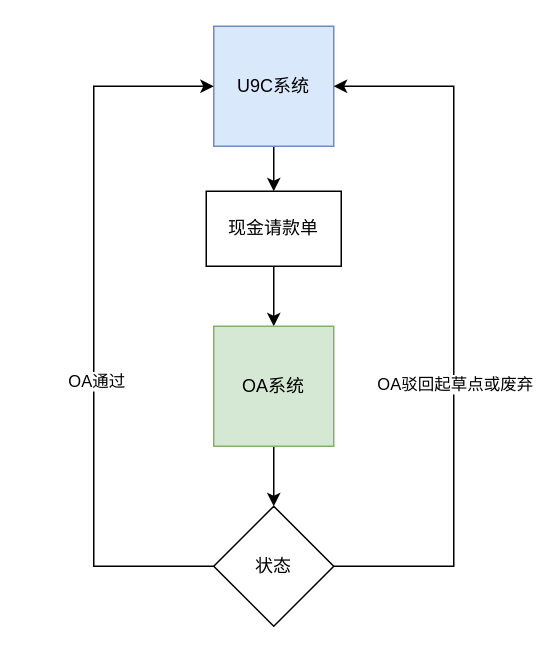
This is 现金请款单.drawio from pbm0802/GitIDEATest, a draw.io file, before an edit. Source tidied: cells renumbered, new cells numbered last; positions are measured from the earlier drawing's top-left corner, leaving out a move shared by most shapes. Both pictures are drawn from the tidied source at 150%, with x=0, y=0 at pixel (93, 26).
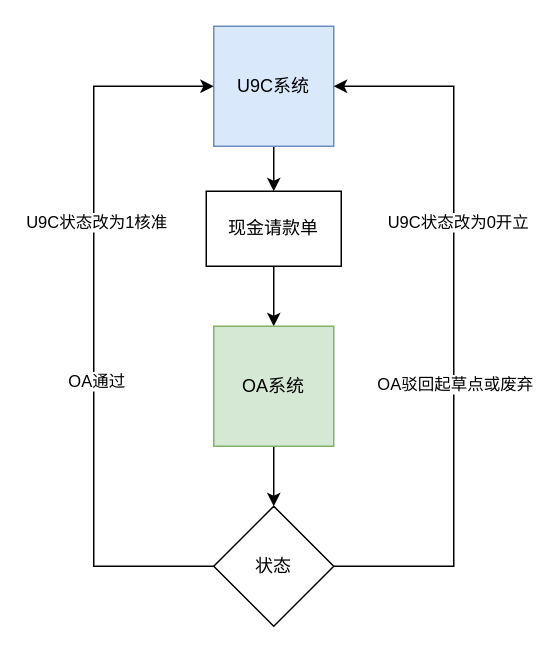
The same page after the edit.

Commit message (it also covers changes not shown here):
更新现金请款单.drawio

The edit, as a diff of the source:
```diff
@@
 <mxGraphModel>
   <root>
     <mxCell id="0" />
     <mxCell id="1" parent="0" />
     <mxCell id="2" style="edgeStyle=orthogonalEdgeStyle;rounded=0;jettySize=auto;html=1;exitX=0.5;exitY=1;exitDx=0;exitDy=0;entryX=0.5;entryY=0;entryDx=0;entryDy=0;" parent="1" edge="1" source="3" target="5">
       <mxGeometry relative="1" as="geometry" />
     </mxCell>
     <mxCell id="3" value="U9C系统" style="whiteSpace=wrap;html=1;fillColor=#dae8fc;strokeColor=#6c8ebf;" parent="1" vertex="1">
       <mxGeometry x="80" width="80" height="80" as="geometry" />
     </mxCell>
     <mxCell id="4" style="edgeStyle=orthogonalEdgeStyle;rounded=0;jettySize=auto;html=1;exitX=0.5;exitY=1;exitDx=0;exitDy=0;entryX=0.5;entryY=0;entryDx=0;entryDy=0;" parent="1" edge="1" source="5" target="7">
       <mxGeometry relative="1" as="geometry" />
     </mxCell>
     <mxCell id="5" value="现金请款单" style="rounded=0;whiteSpace=wrap;html=1;" parent="1" vertex="1">
       <mxGeometry x="75" y="110" width="90" height="50" as="geometry" />
     </mxCell>
     <mxCell id="6" style="edgeStyle=orthogonalEdgeStyle;rounded=0;jettySize=auto;html=1;exitX=0.5;exitY=1;exitDx=0;exitDy=0;entryX=0.5;entryY=0;entryDx=0;entryDy=0;" parent="1" edge="1" source="7" target="12">
       <mxGeometry relative="1" as="geometry" />
     </mxCell>
     <mxCell id="7" value="OA系统" style="whiteSpace=wrap;html=1;fillColor=#d5e8d4;strokeColor=#82b366;" parent="1" vertex="1">
       <mxGeometry x="80" y="200" width="80" height="80" as="geometry" />
     </mxCell>
     <mxCell id="8" style="edgeStyle=orthogonalEdgeStyle;rounded=0;jettySize=auto;html=1;exitX=1;exitY=0.5;exitDx=0;exitDy=0;entryX=1;entryY=0.5;entryDx=0;entryDy=0;" parent="1" edge="1" source="12" target="3">
       <mxGeometry relative="1" as="geometry">
         <Array as="points">
           <mxPoint x="240" y="360" />
           <mxPoint x="240" y="40" />
         </Array>
       </mxGeometry>
     </mxCell>
     <mxCell id="9" value="OA驳回起草点或废弃" style="edgeLabel;html=1;align=center;verticalAlign=middle;" parent="8" vertex="1">
       <mxGeometry x="-0.16" relative="1" as="geometry" />
     </mxCell>
+    <mxCell id="13" value="U9C状态改为0开立" style="edgeLabel;html=1;align=center;verticalAlign=middle;" parent="8" vertex="1">
+      <mxGeometry x="0.29" y="-2" relative="1" as="geometry" />
+    </mxCell>
     <mxCell id="10" style="edgeStyle=orthogonalEdgeStyle;rounded=0;jettySize=auto;html=1;exitX=0;exitY=0.5;exitDx=0;exitDy=0;entryX=0;entryY=0.5;entryDx=0;entryDy=0;" parent="1" edge="1" source="12" target="3">
       <mxGeometry relative="1" as="geometry">
         <Array as="points">
           <mxPoint y="360" />
           <mxPoint y="40" />
         </Array>
       </mxGeometry>
     </mxCell>
     <mxCell id="11" value="OA通过" style="edgeLabel;html=1;align=center;verticalAlign=middle;" parent="10" vertex="1">
       <mxGeometry x="-0.15" y="-1" relative="1" as="geometry" />
     </mxCell>
+    <mxCell id="14" value="U9C状态改为1核准" style="edgeLabel;html=1;align=center;verticalAlign=middle;" parent="10" vertex="1">
+      <mxGeometry x="0.29" y="-1" relative="1" as="geometry" />
+    </mxCell>
     <mxCell id="12" value="状态" style="rhombus;whiteSpace=wrap;html=1;" parent="1" vertex="1">
       <mxGeometry x="80" y="320" width="80" height="80" as="geometry" />
     </mxCell>
   </root>
 </mxGraphModel>
```
